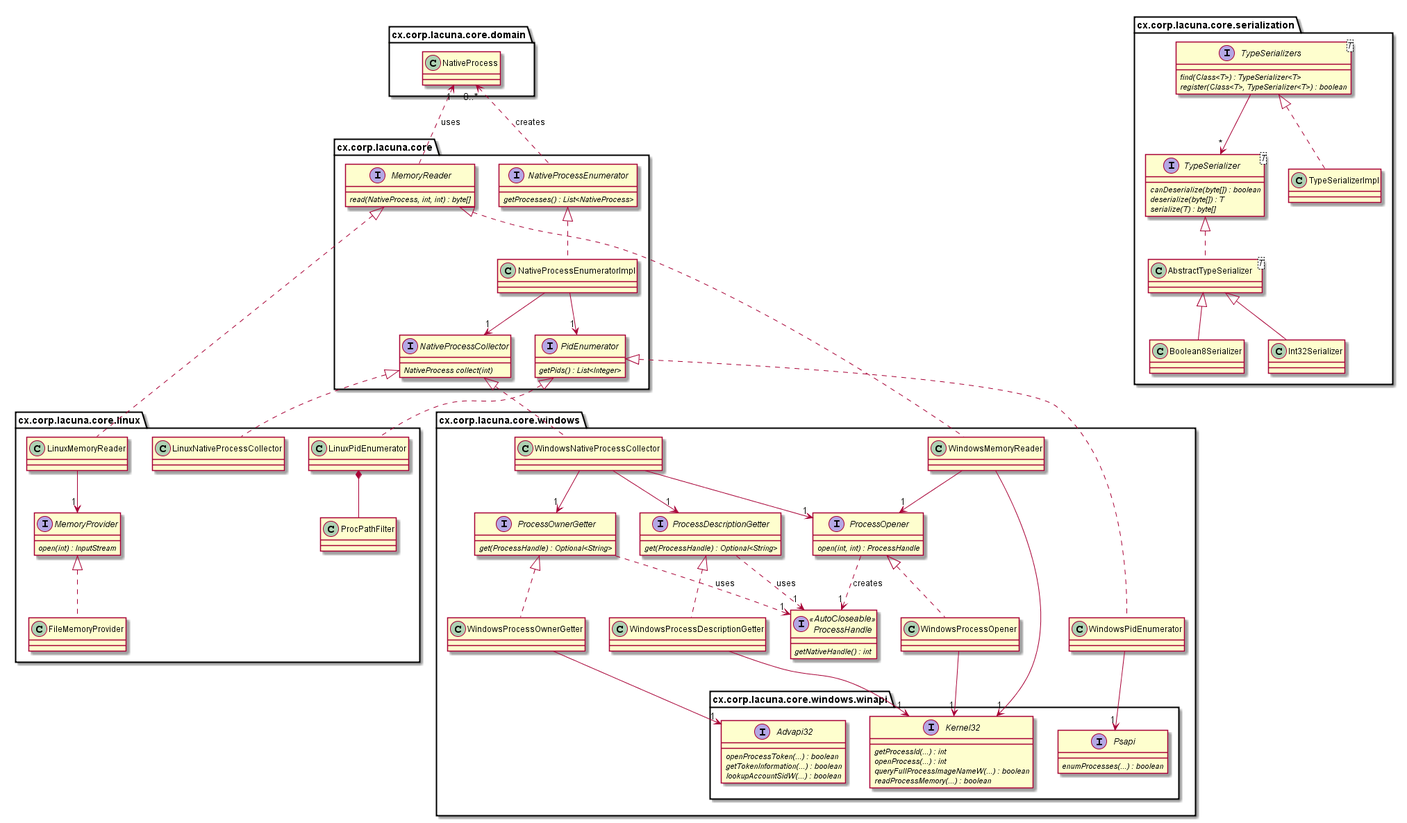
This is dokumentaatio/luokkakaavio.png from cxcorp/lacuna, a PlantUML export, as it was before one commit. Its source is kept beside it as dokumentaatio/luokkakaavio.puml.
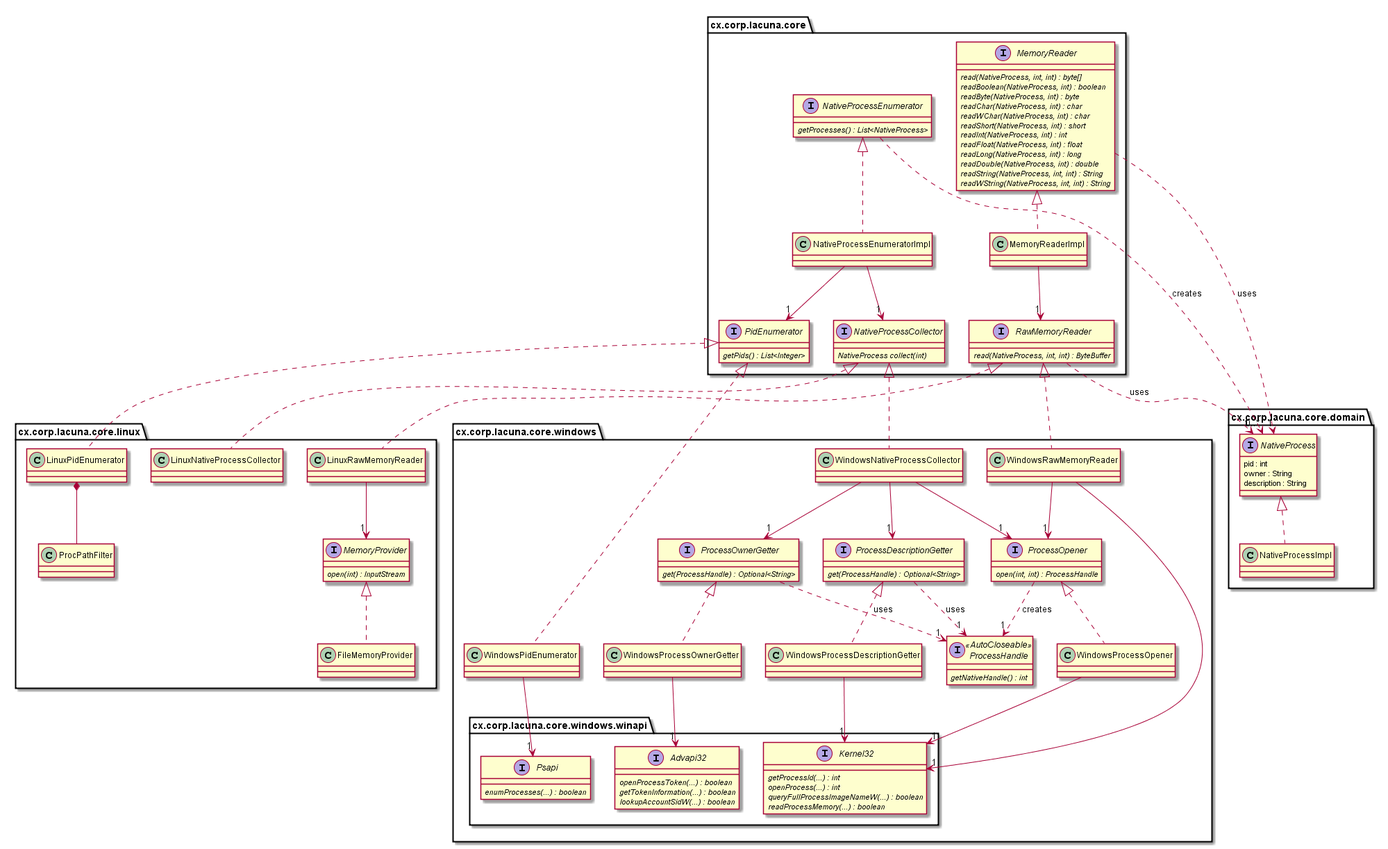
After the commit.

Commit message:
Update class graph

Hierarchy's starting to look good!

Diff of the diagram source:
```diff
@@ -1,12 +1,29 @@
 @startuml
 
 package cx.corp.lacuna.core.domain {
-    class NativeProcess
+    interface NativeProcess {
+        pid : int
+        owner : String
+        description : String
+    }
+    class NativeProcessImpl
+    NativeProcess <|.. NativeProcessImpl
 }
 
 package cx.corp.lacuna.core {
     interface MemoryReader {
         {abstract} read(NativeProcess, int, int) : byte[]
+        {abstract} readBoolean(NativeProcess, int) : boolean
+        {abstract} readByte(NativeProcess, int) : byte
+        {abstract} readChar(NativeProcess, int) : char
+        {abstract} readWChar(NativeProcess, int) : char
+        {abstract} readShort(NativeProcess, int) : short
+        {abstract} readInt(NativeProcess, int) : int
+        {abstract} readFloat(NativeProcess, int) : float
+        {abstract} readLong(NativeProcess, int) : long
+        {abstract} readDouble(NativeProcess, int) : double
+        {abstract} readString(NativeProcess, int, int) : String
+        {abstract} readWString(NativeProcess, int, int) : String
     }
     interface NativeProcessEnumerator {
         {abstract} getProcesses() : List<NativeProcess>
@@ -17,38 +34,24 @@
     interface PidEnumerator {
         {abstract} getPids() : List<Integer>
     }
+    interface RawMemoryReader {
+        {abstract} read(NativeProcess, int, int) : ByteBuffer
+    }
 
+    class MemoryReaderImpl
     class NativeProcessEnumeratorImpl
 
     NativeProcessEnumerator <|.. NativeProcessEnumeratorImpl
     NativeProcessEnumeratorImpl --> "1" PidEnumerator
     NativeProcessEnumeratorImpl --> "1" NativeProcessCollector
 
-    MemoryReader .up.>  "1" NativeProcess : uses
-    NativeProcessEnumerator .up.> "0..*" NativeProcess : creates
-}
+    MemoryReader <|.. MemoryReaderImpl
+    MemoryReaderImpl --> "1" RawMemoryReader
 
-package cx.corp.lacuna.core.serialization {
-	interface TypeSerializers<T> {
-		{abstract} find(Class<T>) : TypeSerializer<T>
-		{abstract} register(Class<T>, TypeSerializer<T>) : boolean
-	}
-	interface TypeSerializer<T> {
-		{abstract} canDeserialize(byte[]) : boolean
-		{abstract} deserialize(byte[]) : T
-		{abstract} serialize(T) : byte[]
-	}
+    RawMemoryReader ..> "1" NativeProcess : uses
+    MemoryReader ..>  "1" NativeProcess : uses
+    NativeProcessEnumerator ..> "0..*" NativeProcess : creates
 
-	class AbstractTypeSerializer<T>
-	class Boolean8Serializer
-	class Int32Serializer
-
-	TypeSerializer  <|.. AbstractTypeSerializer
-	AbstractTypeSerializer <|-- Boolean8Serializer
-	AbstractTypeSerializer <|-- Int32Serializer
-
-	TypeSerializers <|.. TypeSerializerImpl
-	TypeSerializers --> "*" TypeSerializer
 }
 
 package cx.corp.lacuna.core.windows {
@@ -83,7 +86,7 @@
         {abstract} open(int, int) : ProcessHandle
     }
 
-    class WindowsMemoryReader
+    class WindowsRawMemoryReader
     class WindowsNativeProcessCollector
     class WindowsPidEnumerator
 
@@ -112,9 +115,9 @@
     WindowsProcessDescriptionGetter --> "1" Kernel32
     WindowsProcessOwnerGetter --> "1" Advapi32
 
-    MemoryReader <|.. WindowsMemoryReader
-    WindowsMemoryReader --> "1" Kernel32
-	WindowsMemoryReader --> "1" ProcessOpener
+    RawMemoryReader <|.. WindowsRawMemoryReader
+    WindowsRawMemoryReader --> "1" Kernel32
+	WindowsRawMemoryReader --> "1" ProcessOpener
 }
 
 package cx.corp.lacuna.core.linux {
@@ -123,7 +126,7 @@
     }
     class LinuxNativeProcessCollector
     class LinuxPidEnumerator
-    class LinuxMemoryReader
+    class LinuxRawMemoryReader
     class ProcPathFilter
     class FileMemoryProvider
 
@@ -134,8 +137,8 @@
 
     MemoryProvider <|.. FileMemoryProvider
 
-    MemoryReader <|.. LinuxMemoryReader
-    LinuxMemoryReader --> "1" MemoryProvider
+    RawMemoryReader <|.. LinuxRawMemoryReader
+    LinuxRawMemoryReader --> "1" MemoryProvider
 }
 
 @enduml
```
